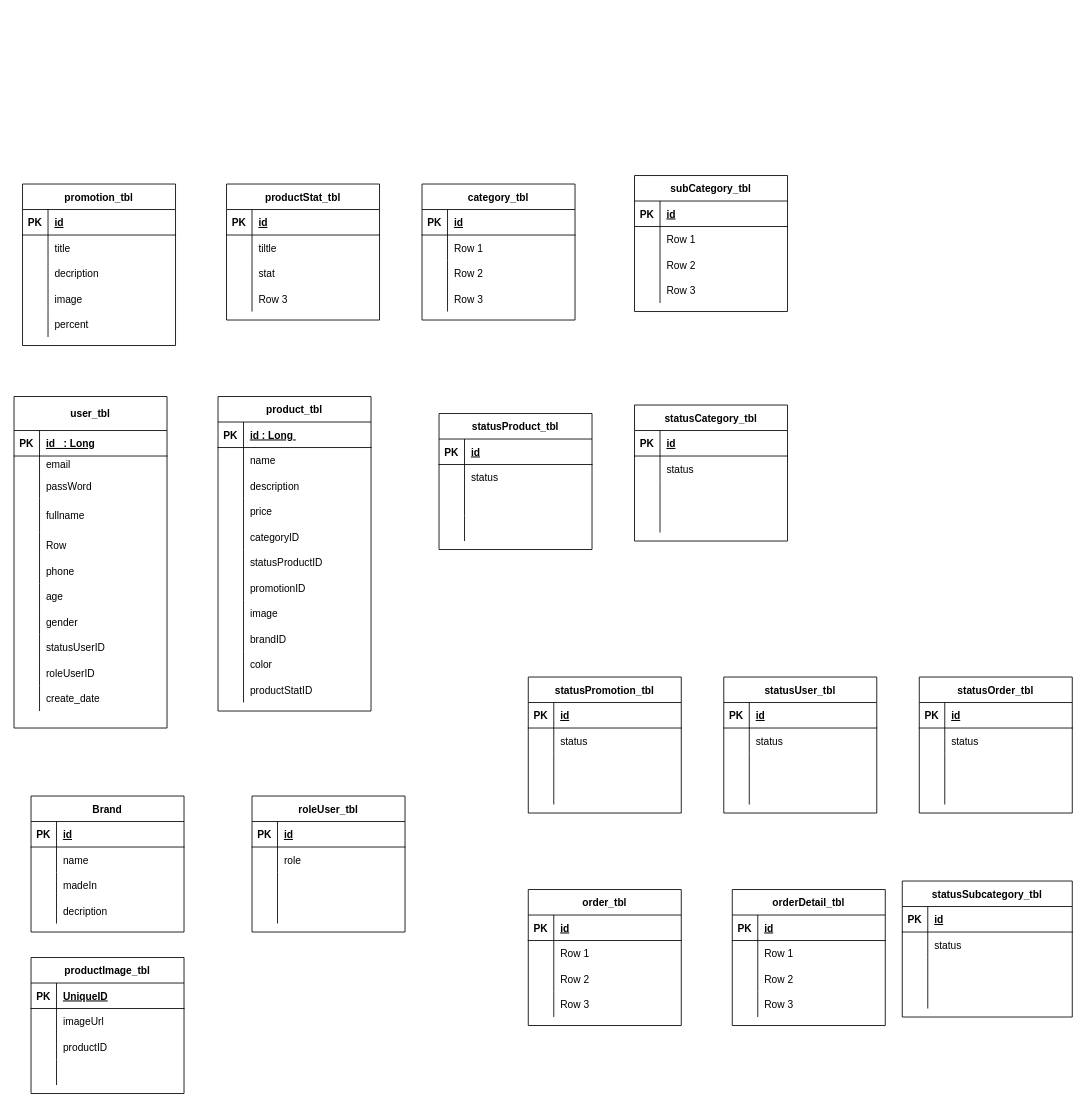
The draw.io diagram ERD_SHOP.drawio in ToanNguyenSVR/Ecommerce_Project, before the edit. Source tidied: cells renumbered, new cells numbered last; positions are measured from the earlier drawing's top-left corner, leaving out a move shared by most shapes. Both pictures are drawn from the tidied source at 85%, with x=0, y=0 at pixel (14, 175).
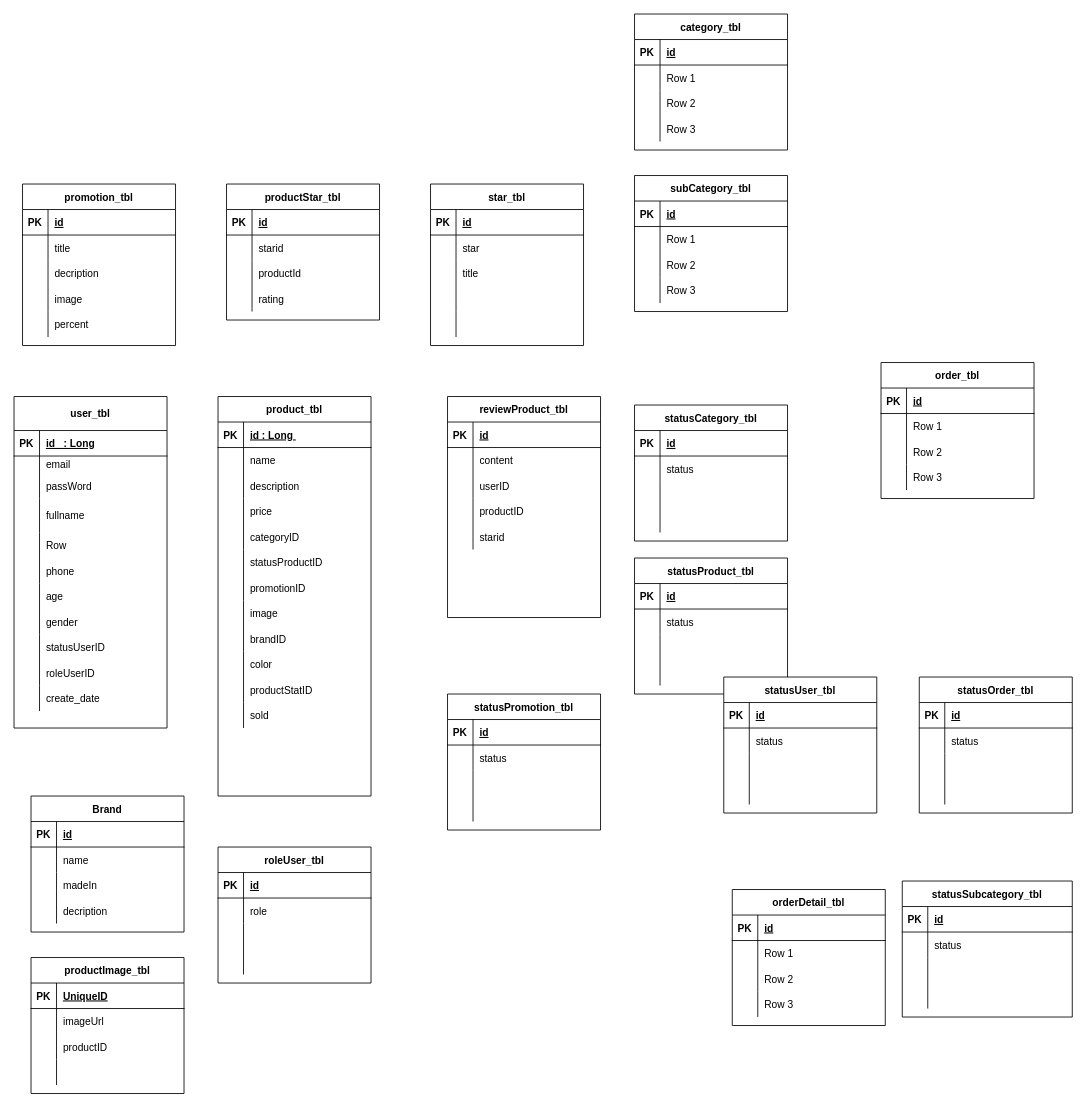
The same page after the edit.

The change refers to these unchanged cells:
```xml
<mxCell id="174" style="shape=partialRectangle;fillColor=none;top=0;left=0;bottom=0;right=0;" parent="164" vertex="1">
  <mxGeometry y="120" width="180" height="30" as="geometry" />
</mxCell>
```

What changed in the source:
```diff
@@
     <mxCell id="18" value="product_tbl" style="shape=table;startSize=30;childLayout=tableLayout;rowLines=0;fontStyle=1;align=center;" parent="1" vertex="1">
-      <mxGeometry x="240" y="260" width="180" height="370" as="geometry" />
+      <mxGeometry x="240" y="260" width="180" height="470" as="geometry" />
     </mxCell>
@@
+    <mxCell id="268" style="shape=partialRectangle;fillColor=none;top=0;left=0;bottom=0;right=0;align=center;" parent="18" vertex="1">
+      <mxGeometry y="360" width="180" height="30" as="geometry" />
+    </mxCell>
+    <mxCell id="269" style="shape=partialRectangle;fillColor=none;top=0;left=0;bottom=0;right=0;overflow=hidden;align=center;" parent="268" vertex="1">
+      <mxGeometry width="30" height="30" as="geometry" />
+    </mxCell>
+    <mxCell id="270" value="sold" style="shape=partialRectangle;fillColor=none;top=0;left=0;bottom=0;right=0;align=left;spacingLeft=6;overflow=hidden;" parent="268" vertex="1">
+      <mxGeometry x="30" width="150" height="30" as="geometry" />
+    </mxCell>
     <mxCell id="52" value="statusProduct_tbl" style="shape=table;startSize=30;childLayout=tableLayout;rowLines=0;fontStyle=1;align=center;" parent="1" vertex="1">
-      <mxGeometry x="500" y="280" width="180" height="160" as="geometry" />
+      <mxGeometry x="730" y="450" width="180" height="160" as="geometry" />
     </mxCell>
@@
     <mxCell id="91" value="statusPromotion_tbl" style="shape=table;startSize=30;childLayout=tableLayout;rowLines=0;fontStyle=1;align=center;" parent="1" vertex="1">
-      <mxGeometry x="605" y="590" width="180" height="160" as="geometry" />
+      <mxGeometry x="510" y="610" width="180" height="160" as="geometry" />
     </mxCell>
@@
     <mxCell id="151" value="category_tbl" style="shape=table;startSize=30;childLayout=tableLayout;rowLines=0;fontStyle=1;align=center;" parent="1" vertex="1">
-      <mxGeometry x="480" y="10" width="180" height="160" as="geometry" />
+      <mxGeometry x="730" y="-190" width="180" height="160" as="geometry" />
     </mxCell>
@@
-    <mxCell id="164" value="productStat_tbl" style="shape=table;startSize=30;childLayout=tableLayout;rowLines=0;fontStyle=1;align=center;" parent="1" vertex="1">
+    <mxCell id="164" value="productStar_tbl" style="shape=table;startSize=30;childLayout=tableLayout;rowLines=0;fontStyle=1;align=center;" parent="1" vertex="1">
       <mxGeometry x="250" y="10" width="180" height="160" as="geometry" />
     </mxCell>
@@
-    <mxCell id="168" style="shape=partialRectangle;fillColor=none;top=0;left=0;bottom=0;right=0;" parent="164" vertex="1">
-      <mxGeometry y="60" width="180" height="30" as="geometry" />
-    </mxCell>
-    <mxCell id="169" style="shape=partialRectangle;fillColor=none;top=0;left=0;bottom=0;right=0;overflow=hidden;" parent="168" vertex="1">
-      <mxGeometry width="30" height="30" as="geometry" />
-    </mxCell>
-    <mxCell id="170" value="tiltle" style="shape=partialRectangle;fillColor=none;top=0;left=0;bottom=0;right=0;align=left;spacingLeft=6;overflow=hidden;" parent="168" vertex="1">
-      <mxGeometry x="30" width="150" height="30" as="geometry" />
-    </mxCell>
     <mxCell id="171" style="shape=partialRectangle;fillColor=none;top=0;left=0;bottom=0;right=0;" parent="164" vertex="1">
-      <mxGeometry y="90" width="180" height="30" as="geometry" />
+      <mxGeometry y="60" width="180" height="30" as="geometry" />
     </mxCell>
@@
-    <mxCell id="173" value="stat" style="shape=partialRectangle;fillColor=none;top=0;left=0;bottom=0;right=0;align=left;spacingLeft=6;overflow=hidden;" parent="171" vertex="1">
+    <mxCell id="173" value="starid" style="shape=partialRectangle;fillColor=none;top=0;left=0;bottom=0;right=0;align=left;spacingLeft=6;overflow=hidden;" parent="171" vertex="1">
       <mxGeometry x="30" width="150" height="30" as="geometry" />
     </mxCell>
+    <mxCell id="271" style="shape=partialRectangle;fillColor=none;top=0;left=0;bottom=0;right=0;align=center;" parent="164" vertex="1">
+      <mxGeometry y="90" width="180" height="30" as="geometry" />
+    </mxCell>
+    <mxCell id="272" style="shape=partialRectangle;fillColor=none;top=0;left=0;bottom=0;right=0;overflow=hidden;align=center;" parent="271" vertex="1">
+      <mxGeometry width="30" height="30" as="geometry" />
+    </mxCell>
+    <mxCell id="273" value="productId" style="shape=partialRectangle;fillColor=none;top=0;left=0;bottom=0;right=0;align=left;spacingLeft=6;overflow=hidden;" parent="271" vertex="1">
+      <mxGeometry x="30" width="150" height="30" as="geometry" />
+    </mxCell>
@@
-    <mxCell id="176" value="Row 3" style="shape=partialRectangle;fillColor=none;top=0;left=0;bottom=0;right=0;align=left;spacingLeft=6;overflow=hidden;" parent="174" vertex="1">
+    <mxCell id="176" value="rating" style="shape=partialRectangle;fillColor=none;top=0;left=0;bottom=0;right=0;align=left;spacingLeft=6;overflow=hidden;" parent="174" vertex="1">
       <mxGeometry x="30" width="150" height="30" as="geometry" />
     </mxCell>
@@
     <mxCell id="190" value="order_tbl" style="shape=table;startSize=30;childLayout=tableLayout;rowLines=0;fontStyle=1;align=center;" parent="1" vertex="1">
-      <mxGeometry x="605" y="840" width="180" height="160" as="geometry" />
+      <mxGeometry x="1020" y="220" width="180" height="160" as="geometry" />
     </mxCell>
@@
     <mxCell id="229" value="roleUser_tbl" style="shape=table;startSize=30;childLayout=tableLayout;rowLines=0;fontStyle=1;align=center;" parent="1" vertex="1">
-      <mxGeometry x="280" y="730" width="180" height="160" as="geometry" />
+      <mxGeometry x="240" y="790" width="180" height="160" as="geometry" />
     </mxCell>
@@
+    <mxCell id="274" value="reviewProduct_tbl" style="shape=table;startSize=30;childLayout=tableLayout;rowLines=0;fontStyle=1;align=center;" parent="1" vertex="1">
+      <mxGeometry x="510" y="260" width="180" height="260" as="geometry" />
+    </mxCell>
+    <mxCell id="275" style="shape=partialRectangle;fillColor=none;top=0;left=0;bottom=1;right=0;align=center;" parent="274" vertex="1">
+      <mxGeometry y="30" width="180" height="30" as="geometry" />
+    </mxCell>
+    <mxCell id="276" value="PK" style="shape=partialRectangle;fillColor=none;top=0;left=0;bottom=0;right=0;fontStyle=1;overflow=hidden;align=center;" parent="275" vertex="1">
+      <mxGeometry width="30" height="30" as="geometry" />
+    </mxCell>
+    <mxCell id="277" value="id" style="shape=partialRectangle;fillColor=none;top=0;left=0;bottom=0;right=0;align=left;spacingLeft=6;fontStyle=5;overflow=hidden;" parent="275" vertex="1">
+      <mxGeometry x="30" width="150" height="30" as="geometry" />
+    </mxCell>
+    <mxCell id="278" style="shape=partialRectangle;fillColor=none;top=0;left=0;bottom=0;right=0;align=center;" parent="274" vertex="1">
+      <mxGeometry y="60" width="180" height="30" as="geometry" />
+    </mxCell>
+    <mxCell id="279" style="shape=partialRectangle;fillColor=none;top=0;left=0;bottom=0;right=0;overflow=hidden;align=center;" parent="278" vertex="1">
+      <mxGeometry width="30" height="30" as="geometry" />
+    </mxCell>
+    <mxCell id="280" value="content" style="shape=partialRectangle;fillColor=none;top=0;left=0;bottom=0;right=0;align=left;spacingLeft=6;overflow=hidden;" parent="278" vertex="1">
+      <mxGeometry x="30" width="150" height="30" as="geometry" />
+    </mxCell>
+    <mxCell id="281" style="shape=partialRectangle;fillColor=none;top=0;left=0;bottom=0;right=0;align=center;" parent="274" vertex="1">
+      <mxGeometry y="90" width="180" height="30" as="geometry" />
+    </mxCell>
+    <mxCell id="282" style="shape=partialRectangle;fillColor=none;top=0;left=0;bottom=0;right=0;overflow=hidden;align=center;" parent="281" vertex="1">
+      <mxGeometry width="30" height="30" as="geometry" />
+    </mxCell>
+    <mxCell id="283" value="userID" style="shape=partialRectangle;fillColor=none;top=0;left=0;bottom=0;right=0;align=left;spacingLeft=6;overflow=hidden;" parent="281" vertex="1">
+      <mxGeometry x="30" width="150" height="30" as="geometry" />
+    </mxCell>
+    <mxCell id="284" style="shape=partialRectangle;fillColor=none;top=0;left=0;bottom=0;right=0;align=center;" parent="274" vertex="1">
+      <mxGeometry y="120" width="180" height="30" as="geometry" />
+    </mxCell>
+    <mxCell id="285" style="shape=partialRectangle;fillColor=none;top=0;left=0;bottom=0;right=0;overflow=hidden;align=center;" parent="284" vertex="1">
+      <mxGeometry width="30" height="30" as="geometry" />
+    </mxCell>
+    <mxCell id="286" value="productID" style="shape=partialRectangle;fillColor=none;top=0;left=0;bottom=0;right=0;align=left;spacingLeft=6;overflow=hidden;" parent="284" vertex="1">
+      <mxGeometry x="30" width="150" height="30" as="geometry" />
+    </mxCell>
+    <mxCell id="287" style="shape=partialRectangle;fillColor=none;top=0;left=0;bottom=0;right=0;align=center;" parent="274" vertex="1">
+      <mxGeometry y="150" width="180" height="30" as="geometry" />
+    </mxCell>
+    <mxCell id="288" style="shape=partialRectangle;fillColor=none;top=0;left=0;bottom=0;right=0;overflow=hidden;align=center;" parent="287" vertex="1">
+      <mxGeometry width="30" height="30" as="geometry" />
+    </mxCell>
+    <mxCell id="289" value="starid" style="shape=partialRectangle;fillColor=none;top=0;left=0;bottom=0;right=0;align=left;spacingLeft=6;overflow=hidden;" parent="287" vertex="1">
+      <mxGeometry x="30" width="150" height="30" as="geometry" />
+    </mxCell>
+    <mxCell id="290" value="star_tbl" style="shape=table;startSize=30;childLayout=tableLayout;rowLines=0;fontStyle=1;align=center;" parent="1" vertex="1">
+      <mxGeometry x="490" y="10" width="180" height="190" as="geometry" />
+    </mxCell>
+    <mxCell id="291" style="shape=partialRectangle;fillColor=none;top=0;left=0;bottom=1;right=0;align=center;" parent="290" vertex="1">
+      <mxGeometry y="30" width="180" height="30" as="geometry" />
+    </mxCell>
+    <mxCell id="292" value="PK" style="shape=partialRectangle;fillColor=none;top=0;left=0;bottom=0;right=0;fontStyle=1;overflow=hidden;align=center;" parent="291" vertex="1">
+      <mxGeometry width="30" height="30" as="geometry" />
+    </mxCell>
+    <mxCell id="293" value="id" style="shape=partialRectangle;fillColor=none;top=0;left=0;bottom=0;right=0;align=left;spacingLeft=6;fontStyle=5;overflow=hidden;" parent="291" vertex="1">
+      <mxGeometry x="30" width="150" height="30" as="geometry" />
+    </mxCell>
+    <mxCell id="294" style="shape=partialRectangle;fillColor=none;top=0;left=0;bottom=0;right=0;align=center;" parent="290" vertex="1">
+      <mxGeometry y="60" width="180" height="30" as="geometry" />
+    </mxCell>
+    <mxCell id="295" style="shape=partialRectangle;fillColor=none;top=0;left=0;bottom=0;right=0;overflow=hidden;align=center;" parent="294" vertex="1">
+      <mxGeometry width="30" height="30" as="geometry" />
+    </mxCell>
+    <mxCell id="296" value="star" style="shape=partialRectangle;fillColor=none;top=0;left=0;bottom=0;right=0;align=left;spacingLeft=6;overflow=hidden;" parent="294" vertex="1">
+      <mxGeometry x="30" width="150" height="30" as="geometry" />
+    </mxCell>
+    <mxCell id="297" style="shape=partialRectangle;fillColor=none;top=0;left=0;bottom=0;right=0;align=center;" parent="290" vertex="1">
+      <mxGeometry y="90" width="180" height="30" as="geometry" />
+    </mxCell>
+    <mxCell id="298" style="shape=partialRectangle;fillColor=none;top=0;left=0;bottom=0;right=0;overflow=hidden;align=center;" parent="297" vertex="1">
+      <mxGeometry width="30" height="30" as="geometry" />
+    </mxCell>
+    <mxCell id="299" value="title" style="shape=partialRectangle;fillColor=none;top=0;left=0;bottom=0;right=0;align=left;spacingLeft=6;overflow=hidden;" parent="297" vertex="1">
+      <mxGeometry x="30" width="150" height="30" as="geometry" />
+    </mxCell>
+    <mxCell id="300" style="shape=partialRectangle;fillColor=none;top=0;left=0;bottom=0;right=0;align=center;" parent="290" vertex="1">
+      <mxGeometry y="120" width="180" height="30" as="geometry" />
+    </mxCell>
+    <mxCell id="301" style="shape=partialRectangle;fillColor=none;top=0;left=0;bottom=0;right=0;overflow=hidden;align=center;" parent="300" vertex="1">
+      <mxGeometry width="30" height="30" as="geometry" />
+    </mxCell>
+    <mxCell id="302" style="shape=partialRectangle;fillColor=none;top=0;left=0;bottom=0;right=0;align=left;spacingLeft=6;overflow=hidden;" parent="300" vertex="1">
+      <mxGeometry x="30" width="150" height="30" as="geometry" />
+    </mxCell>
+    <mxCell id="303" style="shape=partialRectangle;fillColor=none;top=0;left=0;bottom=0;right=0;align=center;" parent="290" vertex="1">
+      <mxGeometry y="150" width="180" height="30" as="geometry" />
+    </mxCell>
+    <mxCell id="304" style="shape=partialRectangle;fillColor=none;top=0;left=0;bottom=0;right=0;overflow=hidden;align=center;" parent="303" vertex="1">
+      <mxGeometry width="30" height="30" as="geometry" />
+    </mxCell>
+    <mxCell id="305" style="shape=partialRectangle;fillColor=none;top=0;left=0;bottom=0;right=0;align=left;spacingLeft=6;overflow=hidden;" parent="303" vertex="1">
+      <mxGeometry x="30" width="150" height="30" as="geometry" />
+    </mxCell>
```
